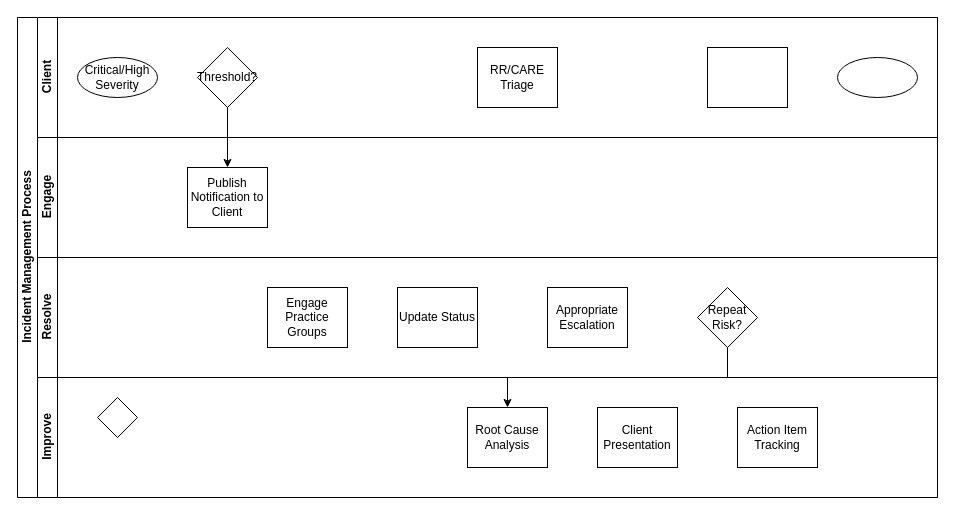
Above: Untitled Diagram.drawio in adrian-feigl/github-slideshow (draw.io), before the change. Source tidied: cells renumbered, new cells numbered last; positions are measured from the earlier drawing's top-left corner, leaving out a move shared by most shapes. Both pictures are drawn from the tidied source at 100%, with x=0, y=0 at pixel (17, 17).
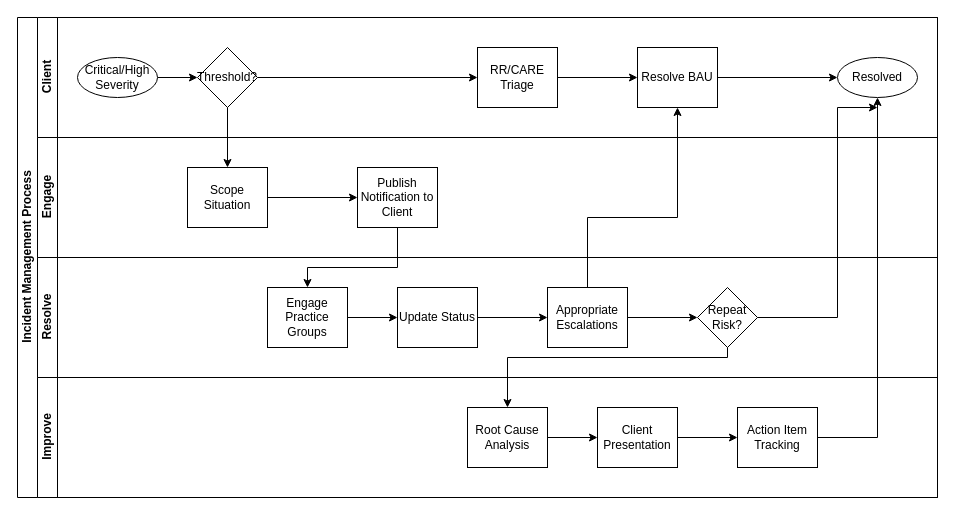
After the change.

Unchanged cells that the change refers to:
```xml
<mxCell id="2" value="Incident Management Process" style="swimlane;html=1;horizontal=0;startSize=20;" parent="1" vertex="1">
  <mxGeometry width="920" height="480" as="geometry" />
</mxCell>
<mxCell id="3" value="Client" style="swimlane;html=1;startSize=20;horizontal=0;" parent="2" vertex="1">
  <mxGeometry x="20" width="900" height="120" as="geometry" />
</mxCell>
<mxCell id="4" value="Critical/High Severity" style="ellipse;whiteSpace=wrap;html=1;" parent="3" vertex="1">
  <mxGeometry x="40" y="40" width="80" height="40" as="geometry" />
</mxCell>
<mxCell id="5" value="RR/CARE&lt;br&gt;Triage" style="rounded=0;whiteSpace=wrap;html=1;fontFamily=Helvetica;fontSize=12;fontColor=#000000;align=center;" parent="3" vertex="1">
  <mxGeometry x="440" y="30" width="80" height="60" as="geometry" />
</mxCell>
<mxCell id="8" value="Threshold?" style="rhombus;whiteSpace=wrap;html=1;fontFamily=Helvetica;fontSize=12;fontColor=#000000;align=center;" parent="3" vertex="1">
  <mxGeometry x="160" y="30" width="60" height="60" as="geometry" />
</mxCell>
<mxCell id="9" value="Engage" style="swimlane;html=1;startSize=20;horizontal=0;" parent="2" vertex="1">
  <mxGeometry x="20" y="120" width="900" height="120" as="geometry" />
</mxCell>
<mxCell id="11" value="Resolve" style="swimlane;html=1;startSize=20;horizontal=0;" parent="2" vertex="1">
  <mxGeometry x="20" y="240" width="900" height="120" as="geometry" />
</mxCell>
<mxCell id="12" value="Engage Practice Groups" style="rounded=0;whiteSpace=wrap;html=1;fontFamily=Helvetica;fontSize=12;fontColor=#000000;align=center;" parent="11" vertex="1">
  <mxGeometry x="230" y="30" width="80" height="60" as="geometry" />
</mxCell>
<mxCell id="13" value="Repeat Risk?" style="rhombus;whiteSpace=wrap;html=1;fontFamily=Helvetica;fontSize=12;fontColor=#000000;align=center;" parent="11" vertex="1">
  <mxGeometry x="660" y="30" width="60" height="60" as="geometry" />
</mxCell>
<mxCell id="15" value="Improve" style="swimlane;html=1;startSize=20;horizontal=0;" parent="2" vertex="1">
  <mxGeometry x="20" y="360" width="900" height="120" as="geometry" />
</mxCell>
<mxCell id="16" value="Root Cause Analysis" style="rounded=0;whiteSpace=wrap;html=1;fontFamily=Helvetica;fontSize=12;fontColor=#000000;align=center;" parent="15" vertex="1">
  <mxGeometry x="430" y="30" width="80" height="60" as="geometry" />
</mxCell>
<mxCell id="20" value="Update Status" style="rounded=0;whiteSpace=wrap;html=1;fontFamily=Helvetica;fontSize=12;fontColor=#000000;align=center;" parent="1" vertex="1">
  <mxGeometry x="380" y="270" width="80" height="60" as="geometry" />
</mxCell>
<mxCell id="21" value="Action Item Tracking" style="rounded=0;whiteSpace=wrap;html=1;fontFamily=Helvetica;fontSize=12;fontColor=#000000;align=center;" parent="1" vertex="1">
  <mxGeometry x="720" y="390" width="80" height="60" as="geometry" />
</mxCell>
<mxCell id="22" value="Client Presentation" style="rounded=0;whiteSpace=wrap;html=1;fontFamily=Helvetica;fontSize=12;fontColor=#000000;align=center;" parent="1" vertex="1">
  <mxGeometry x="580" y="390" width="80" height="60" as="geometry" />
</mxCell>
```

The edit, as a diff of the source:
```diff
@@
+    <mxCell id="23" style="edgeStyle=orthogonalEdgeStyle;rounded=0;jettySize=auto;html=1;" parent="3" edge="1" source="4" target="8">
+      <mxGeometry relative="1" as="geometry" />
+    </mxCell>
@@
+    <mxCell id="24" style="edgeStyle=orthogonalEdgeStyle;rounded=0;jettySize=auto;html=1;" parent="3" edge="1" source="5" target="6">
+      <mxGeometry relative="1" as="geometry" />
+    </mxCell>
@@
+    <mxCell id="25" style="edgeStyle=orthogonalEdgeStyle;rounded=0;jettySize=auto;html=1;entryX=0;entryY=0.5;entryDx=0;entryDy=0;" parent="3" edge="1" source="6" target="7">
+      <mxGeometry relative="1" as="geometry" />
+    </mxCell>
-    <mxCell id="6" style="rounded=0;whiteSpace=wrap;html=1;fontFamily=Helvetica;fontSize=12;fontColor=#000000;align=center;" parent="3" vertex="1">
-      <mxGeometry x="670" y="30" width="80" height="60" as="geometry" />
+    <mxCell id="6" value="Resolve BAU" style="rounded=0;whiteSpace=wrap;html=1;fontFamily=Helvetica;fontSize=12;fontColor=#000000;align=center;" parent="3" vertex="1">
+      <mxGeometry x="600" y="30" width="80" height="60" as="geometry" />
     </mxCell>
-    <mxCell id="7" style="ellipse;whiteSpace=wrap;html=1;" parent="3" vertex="1">
+    <mxCell id="7" value="Resolved" style="ellipse;whiteSpace=wrap;html=1;" parent="3" vertex="1">
       <mxGeometry x="800" y="40" width="80" height="40" as="geometry" />
     </mxCell>
+    <mxCell id="26" style="edgeStyle=orthogonalEdgeStyle;rounded=0;jettySize=auto;html=1;entryX=0;entryY=0.5;entryDx=0;entryDy=0;" parent="3" edge="1" source="8" target="5">
+      <mxGeometry relative="1" as="geometry" />
+    </mxCell>
@@
     <mxCell id="10" value="Publish Notification to Client" style="rounded=0;whiteSpace=wrap;html=1;fontFamily=Helvetica;fontSize=12;fontColor=#000000;align=center;" parent="9" vertex="1">
-      <mxGeometry x="150" y="30" width="80" height="60" as="geometry" />
+      <mxGeometry x="320" y="30" width="80" height="60" as="geometry" />
     </mxCell>
+    <mxCell id="27" style="edgeStyle=orthogonalEdgeStyle;rounded=0;jettySize=auto;html=1;" parent="9" edge="1" source="28" target="10">
+      <mxGeometry relative="1" as="geometry" />
+    </mxCell>
+    <mxCell id="28" value="Scope Situation" style="rounded=0;whiteSpace=wrap;html=1;fontFamily=Helvetica;fontSize=12;fontColor=#000000;align=center;" parent="9" vertex="1">
+      <mxGeometry x="150" y="30" width="80" height="60" as="geometry" />
+    </mxCell>
@@
+    <mxCell id="29" style="edgeStyle=orthogonalEdgeStyle;rounded=0;jettySize=auto;html=1;" parent="11" edge="1" source="14" target="13">
+      <mxGeometry relative="1" as="geometry" />
+    </mxCell>
-    <mxCell id="14" value="Appropriate Escalation" style="rounded=0;whiteSpace=wrap;html=1;fontFamily=Helvetica;fontSize=12;fontColor=#000000;align=center;" parent="11" vertex="1">
+    <mxCell id="14" value="Appropriate Escalations" style="rounded=0;whiteSpace=wrap;html=1;fontFamily=Helvetica;fontSize=12;fontColor=#000000;align=center;" parent="11" vertex="1">
       <mxGeometry x="510" y="30" width="80" height="60" as="geometry" />
     </mxCell>
@@
-    <mxCell id="17" style="rhombus;whiteSpace=wrap;html=1;fontFamily=Helvetica;fontSize=12;fontColor=#000000;align=center;" parent="15" vertex="1">
-      <mxGeometry x="60" y="20" width="40" height="40" as="geometry" />
-    </mxCell>
-    <mxCell id="18" style="edgeStyle=orthogonalEdgeStyle;rounded=0;jettySize=auto;html=1;exitX=0.5;exitY=1;exitDx=0;exitDy=0;entryX=0.5;entryY=0;entryDx=0;entryDy=0;" parent="2" edge="1" source="8" target="10">
-      <mxGeometry relative="1" as="geometry" />
-    </mxCell>
     <mxCell id="19" style="edgeStyle=orthogonalEdgeStyle;rounded=0;jettySize=auto;html=1;exitX=0.5;exitY=1;exitDx=0;exitDy=0;entryX=0.5;entryY=0;entryDx=0;entryDy=0;" parent="2" edge="1" source="13" target="16">
-      <mxGeometry relative="1" as="geometry" />
+      <mxGeometry relative="1" as="geometry">
+        <Array as="points">
+          <mxPoint x="710" y="340" />
+          <mxPoint x="490" y="340" />
+        </Array>
+      </mxGeometry>
     </mxCell>
+    <mxCell id="30" style="edgeStyle=orthogonalEdgeStyle;rounded=0;jettySize=auto;html=1;" parent="2" edge="1" source="8" target="28">
+      <mxGeometry relative="1" as="geometry" />
+    </mxCell>
+    <mxCell id="31" style="edgeStyle=orthogonalEdgeStyle;rounded=0;jettySize=auto;html=1;exitX=0.5;exitY=1;exitDx=0;exitDy=0;" parent="2" edge="1" source="10" target="12">
+      <mxGeometry relative="1" as="geometry">
+        <Array as="points">
+          <mxPoint x="380" y="250" />
+          <mxPoint x="290" y="250" />
+        </Array>
+      </mxGeometry>
+    </mxCell>
+    <mxCell id="32" style="edgeStyle=orthogonalEdgeStyle;rounded=0;jettySize=auto;html=1;entryX=0.5;entryY=1;entryDx=0;entryDy=0;" parent="2" edge="1" source="14" target="6">
+      <mxGeometry relative="1" as="geometry">
+        <Array as="points">
+          <mxPoint x="570" y="200" />
+          <mxPoint x="660" y="200" />
+        </Array>
+      </mxGeometry>
+    </mxCell>
+    <mxCell id="33" style="edgeStyle=orthogonalEdgeStyle;rounded=0;jettySize=auto;html=1;" parent="1" edge="1" source="20" target="14">
+      <mxGeometry relative="1" as="geometry" />
+    </mxCell>
@@
+    <mxCell id="34" style="edgeStyle=orthogonalEdgeStyle;rounded=0;jettySize=auto;html=1;entryX=0.5;entryY=1;entryDx=0;entryDy=0;" parent="1" edge="1" source="21" target="7">
+      <mxGeometry relative="1" as="geometry" />
+    </mxCell>
@@
+    <mxCell id="35" style="edgeStyle=orthogonalEdgeStyle;rounded=0;jettySize=auto;html=1;" parent="1" edge="1" source="22" target="21">
+      <mxGeometry relative="1" as="geometry" />
+    </mxCell>
@@
+    <mxCell id="36" style="edgeStyle=orthogonalEdgeStyle;rounded=0;jettySize=auto;html=1;" parent="1" edge="1" source="12" target="20">
+      <mxGeometry relative="1" as="geometry" />
+    </mxCell>
+    <mxCell id="37" style="edgeStyle=orthogonalEdgeStyle;rounded=0;jettySize=auto;html=1;" parent="1" edge="1" source="16" target="22">
+      <mxGeometry relative="1" as="geometry" />
+    </mxCell>
+    <mxCell id="38" style="edgeStyle=orthogonalEdgeStyle;rounded=0;jettySize=auto;html=1;" parent="1" edge="1" source="13">
+      <mxGeometry relative="1" as="geometry">
+        <mxPoint x="860" y="90" as="targetPoint" />
+        <Array as="points">
+          <mxPoint x="820" y="300" />
+          <mxPoint x="820" y="90" />
+        </Array>
+      </mxGeometry>
+    </mxCell>
```
